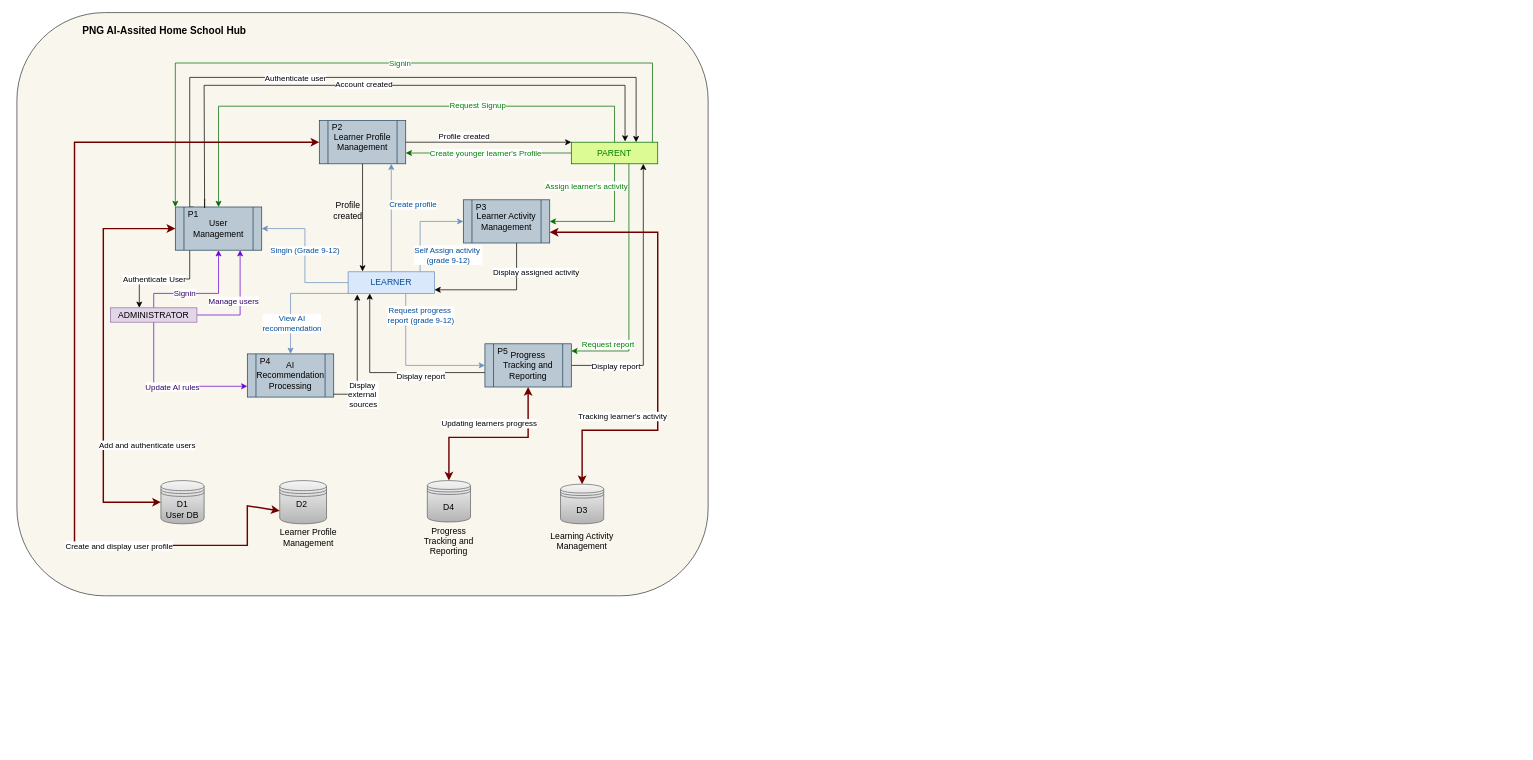
This is page "Data Flow Diagram Level 1" (4 of 6) of Use Case Diagram.drawio from Nash230/IS406-Final-Year-Major-Project, a draw.io file, before an edit. Source tidied: cells renumbered, new cells numbered last; positions are measured from the earlier drawing's top-left corner, leaving out a move shared by most shapes. Both pictures are drawn from the tidied source at 72%, with x=0, y=0 at pixel (17, 12).
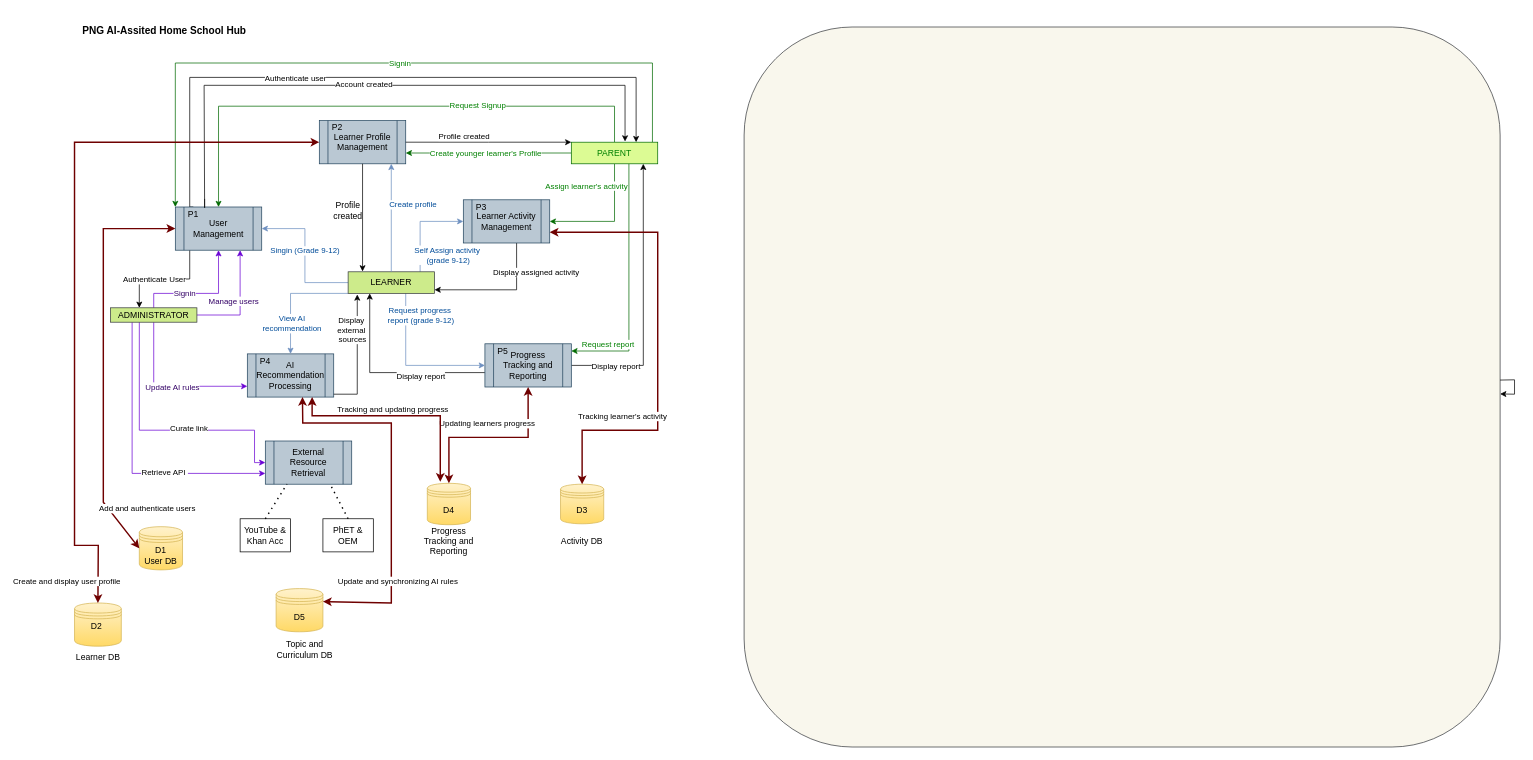
The same page after the edit.

The change refers to these unchanged cells:
```xml
<mxCell id="11" value="AI Recommendation Processing" style="shape=process;whiteSpace=wrap;html=1;backgroundOutline=1;fillColor=#bac8d3;strokeColor=#23445d;" parent="1" vertex="1">
  <mxGeometry x="320" y="474" width="120" height="60" as="geometry" />
</mxCell>
<mxCell id="17" value="Learner Profile Management" style="shape=process;whiteSpace=wrap;html=1;backgroundOutline=1;fillColor=#bac8d3;strokeColor=#23445d;" parent="1" vertex="1">
  <mxGeometry x="420" y="150" width="120" height="60" as="geometry" />
</mxCell>
<mxCell id="65" style="edgeStyle=orthogonalEdgeStyle;rounded=0;jettySize=auto;html=1;entryX=0.106;entryY=1.05;entryDx=0;entryDy=0;entryPerimeter=0;" parent="1" edge="1" source="11" target="49">
  <mxGeometry relative="1" as="geometry">
    <Array as="points">
      <mxPoint x="473" y="530" />
    </Array>
  </mxGeometry>
</mxCell>
<mxCell id="67" style="endArrow=classic;startArrow=classic;html=1;rounded=0;entryX=0;entryY=0.5;entryDx=0;entryDy=0;exitX=0;exitY=0.5;exitDx=0;exitDy=0;strokeWidth=2;fillColor=#a20025;strokeColor=#6F0000;" parent="1" edge="1" source="53" target="7">
  <mxGeometry relative="1" as="geometry">
    <Array as="points">
      <mxPoint x="120" y="680" />
      <mxPoint x="120" y="650" />
      <mxPoint x="120" y="300" />
    </Array>
  </mxGeometry>
</mxCell>
```

The edit, as a diff of the source:
```diff
@@
     <mxCell id="2" style="rounded=1;whiteSpace=wrap;html=1;fillColor=#f9f7ed;strokeColor=#36393d;" parent="1" vertex="1">
-      <mxGeometry width="960" height="810" as="geometry" />
+      <mxGeometry x="1010" y="20" width="1050" height="1000" as="geometry" />
     </mxCell>
@@
+    <mxCell id="76" style="rounded=0;orthogonalLoop=1;jettySize=auto;html=1;" parent="1" edge="1" source="2" target="2">
+      <mxGeometry relative="1" as="geometry" />
+    </mxCell>
+    <mxCell id="77" style="edgeStyle=orthogonalEdgeStyle;rounded=0;jettySize=auto;html=1;entryX=0;entryY=0.5;entryDx=0;entryDy=0;strokeColor=#6A00D4;" parent="1" edge="1" source="29" target="81">
+      <mxGeometry relative="1" as="geometry">
+        <Array as="points">
+          <mxPoint x="170" y="580" />
+          <mxPoint x="330" y="580" />
+          <mxPoint x="330" y="625" />
+        </Array>
+      </mxGeometry>
+    </mxCell>
+    <mxCell id="78" value="Curate link" style="edgeLabel;html=1;align=center;verticalAlign=middle;" parent="77" vertex="1">
+      <mxGeometry x="0.18" y="4" relative="1" as="geometry" />
+    </mxCell>
+    <mxCell id="79" style="rounded=0;jettySize=auto;html=1;entryX=0;entryY=0.75;entryDx=0;entryDy=0;exitX=0.25;exitY=1;exitDx=0;exitDy=0;strokeColor=#6A00D4;" parent="1" edge="1" source="29" target="81">
+      <mxGeometry relative="1" as="geometry">
+        <Array as="points">
+          <mxPoint x="160" y="640" />
+          <mxPoint x="190" y="640" />
+        </Array>
+      </mxGeometry>
+    </mxCell>
+    <mxCell id="80" value="Retrieve API&amp;nbsp;" style="edgeLabel;html=1;align=center;verticalAlign=middle;" parent="79" vertex="1">
+      <mxGeometry x="0.29" y="2" relative="1" as="geometry">
+        <mxPoint x="-1" as="offset" />
+      </mxGeometry>
+    </mxCell>
-    <mxCell id="29" value="ADMINISTRATOR" style="rounded=0;whiteSpace=wrap;html=1;fillColor=#e1d5e7;strokeColor=#9673a6;" parent="1" vertex="1">
+    <mxCell id="29" value="ADMINISTRATOR" style="rounded=0;whiteSpace=wrap;html=1;fillColor=#cdeb8b;strokeColor=#36393d;" parent="1" vertex="1">
       <mxGeometry x="130" y="410" width="120" height="20" as="geometry" />
     </mxCell>
@@
-    <mxCell id="49" value="LEARNER" style="rounded=0;whiteSpace=wrap;html=1;fillColor=#dae8fc;strokeColor=#6c8ebf;fontColor=#004C99;" parent="1" vertex="1">
+    <mxCell id="49" value="LEARNER" style="rounded=0;whiteSpace=wrap;html=1;fillColor=#cdeb8b;strokeColor=#36393d;" parent="1" vertex="1">
       <mxGeometry x="460" y="360" width="120" height="30" as="geometry" />
     </mxCell>
-    <mxCell id="50" value="&lt;div&gt;D2&amp;nbsp;&lt;/div&gt;&lt;div&gt;&lt;br&gt;&lt;/div&gt;" style="shape=datastore;whiteSpace=wrap;html=1;fillColor=#f5f5f5;strokeColor=#666666;gradientColor=#b3b3b3;" parent="1" vertex="1">
-      <mxGeometry x="365" y="650" width="65" height="60" as="geometry" />
+    <mxCell id="50" value="&lt;div&gt;D2&amp;nbsp;&lt;/div&gt;&lt;div&gt;&lt;br&gt;&lt;/div&gt;" style="shape=datastore;whiteSpace=wrap;html=1;fillColor=#fff2cc;strokeColor=#d6b656;gradientColor=#ffd966;" parent="1" vertex="1">
+      <mxGeometry x="80" y="820" width="65" height="60" as="geometry" />
     </mxCell>
-    <mxCell id="51" value="D3" style="shape=datastore;whiteSpace=wrap;html=1;fillColor=#f5f5f5;strokeColor=#666666;gradientColor=#b3b3b3;" parent="1" vertex="1">
+    <mxCell id="51" value="D3" style="shape=datastore;whiteSpace=wrap;html=1;fillColor=#fff2cc;strokeColor=#d6b656;gradientColor=#ffd966;" parent="1" vertex="1">
       <mxGeometry x="755" y="655" width="60" height="55" as="geometry" />
     </mxCell>
-    <mxCell id="52" value="D4" style="shape=datastore;whiteSpace=wrap;html=1;fillColor=#f5f5f5;strokeColor=#666666;gradientColor=#b3b3b3;" parent="1" vertex="1">
-      <mxGeometry x="570" y="650" width="60" height="57.5" as="geometry" />
+    <mxCell id="52" value="D4" style="shape=datastore;whiteSpace=wrap;html=1;fillColor=#fff2cc;strokeColor=#d6b656;gradientColor=#ffd966;" parent="1" vertex="1">
+      <mxGeometry x="570" y="653.8" width="60" height="57.5" as="geometry" />
     </mxCell>
-    <mxCell id="53" value="&lt;div&gt;D1&lt;/div&gt;&lt;div&gt;User DB&lt;/div&gt;" style="shape=datastore;whiteSpace=wrap;html=1;fillColor=#f5f5f5;strokeColor=#666666;gradientColor=#b3b3b3;" parent="1" vertex="1">
-      <mxGeometry x="200" y="650" width="60" height="60" as="geometry" />
+    <mxCell id="53" value="&lt;div&gt;D1&lt;/div&gt;&lt;div&gt;User DB&lt;/div&gt;" style="shape=datastore;whiteSpace=wrap;html=1;fillColor=#fff2cc;strokeColor=#d6b656;gradientColor=#ffd966;" parent="1" vertex="1">
+      <mxGeometry x="170" y="714" width="60" height="60" as="geometry" />
     </mxCell>
-    <mxCell id="54" value="Learner Profile Management" style="text;html=1;whiteSpace=wrap;strokeColor=none;fillColor=none;align=center;verticalAlign=middle;rounded=0;" parent="1" vertex="1">
-      <mxGeometry x="360" y="714" width="90" height="30" as="geometry" />
+    <mxCell id="54" value="Learner DB" style="text;html=1;whiteSpace=wrap;strokeColor=none;fillColor=none;align=center;verticalAlign=middle;rounded=0;" parent="1" vertex="1">
+      <mxGeometry x="67.5" y="880" width="90" height="30" as="geometry" />
     </mxCell>
-    <mxCell id="55" value="Learning Activity Management" style="text;html=1;whiteSpace=wrap;strokeColor=none;fillColor=none;align=center;verticalAlign=middle;rounded=0;" parent="1" vertex="1">
+    <mxCell id="55" value="Activity DB" style="text;html=1;whiteSpace=wrap;strokeColor=none;fillColor=none;align=center;verticalAlign=middle;rounded=0;" parent="1" vertex="1">
       <mxGeometry x="740" y="714" width="90" height="40" as="geometry" />
     </mxCell>
@@
     <mxCell id="66" value="&lt;div&gt;Display&amp;nbsp;&lt;/div&gt;&lt;div&gt;external&amp;nbsp;&lt;/div&gt;&lt;div&gt;sources&lt;/div&gt;" style="edgeLabel;html=1;align=center;verticalAlign=middle;" parent="65" vertex="1">
       <mxGeometry x="-0.79" relative="1" as="geometry">
-        <mxPoint x="22" as="offset" />
+        <mxPoint x="7" y="-90" as="offset" />
       </mxGeometry>
     </mxCell>
@@
     <mxCell id="68" value="Add and authenticate users" style="edgeLabel;html=1;align=center;verticalAlign=middle;" parent="67" vertex="1">
       <mxGeometry x="-0.36" y="-1" relative="1" as="geometry">
-        <mxPoint x="59" y="19" as="offset" />
+        <mxPoint x="59" y="107" as="offset" />
       </mxGeometry>
     </mxCell>
-    <mxCell id="69" style="endArrow=classic;startArrow=classic;html=1;rounded=0;entryX=0;entryY=0.5;entryDx=0;entryDy=0;exitX=0;exitY=0.7;exitDx=0;exitDy=0;fillColor=#a20025;strokeWidth=2;strokeColor=#6F0000;" parent="1" edge="1" source="50" target="17">
+    <mxCell id="69" style="endArrow=classic;startArrow=classic;html=1;rounded=0;entryX=0;entryY=0.5;entryDx=0;entryDy=0;exitX=0.5;exitY=0;exitDx=0;exitDy=0;fillColor=#a20025;strokeWidth=2;strokeColor=#6F0000;" parent="1" edge="1" source="50" target="17">
       <mxGeometry relative="1" as="geometry">
         <Array as="points">
-          <mxPoint x="320" y="685" />
-          <mxPoint x="320" y="740" />
+          <mxPoint x="113" y="740" />
           <mxPoint x="80" y="740" />
           <mxPoint x="80" y="500" />
           <mxPoint x="80" y="180" />
         </Array>
       </mxGeometry>
     </mxCell>
     <mxCell id="70" value="Create and display user profile" style="edgeLabel;html=1;align=center;verticalAlign=middle;" parent="69" vertex="1">
-      <mxGeometry x="-0.55" relative="1" as="geometry" />
+      <mxGeometry x="-0.55" relative="1" as="geometry">
+        <mxPoint x="-12" y="164" as="offset" />
+      </mxGeometry>
     </mxCell>
@@
+    <mxCell id="81" value="External Resource Retrieval" style="shape=process;whiteSpace=wrap;html=1;backgroundOutline=1;fillColor=#bac8d3;strokeColor=#23445d;" parent="1" vertex="1">
+      <mxGeometry x="345" y="595" width="120" height="60" as="geometry" />
+    </mxCell>
+    <mxCell id="82" value="D5" style="shape=datastore;whiteSpace=wrap;html=1;fillColor=#fff2cc;strokeColor=#d6b656;gradientColor=#ffd966;" parent="1" vertex="1">
+      <mxGeometry x="360" y="800" width="65" height="60" as="geometry" />
+    </mxCell>
+    <mxCell id="83" value="Topic and Curriculum DB" style="text;html=1;whiteSpace=wrap;strokeColor=none;fillColor=none;align=center;verticalAlign=middle;rounded=0;" parent="1" vertex="1">
+      <mxGeometry x="350" y="870" width="100" height="30" as="geometry" />
+    </mxCell>
+    <mxCell id="84" style="endArrow=classic;startArrow=classic;html=1;rounded=0;entryX=0.638;entryY=0.999;entryDx=0;entryDy=0;exitX=1;exitY=0.3;exitDx=0;exitDy=0;strokeWidth=2;fillColor=#a20025;strokeColor=#6F0000;entryPerimeter=0;" parent="1" edge="1" source="82" target="11">
+      <mxGeometry relative="1" as="geometry">
+        <Array as="points">
+          <mxPoint x="520" y="820" />
+          <mxPoint x="520" y="570" />
+          <mxPoint x="397" y="570" />
+        </Array>
+      </mxGeometry>
+    </mxCell>
+    <mxCell id="85" value="Update and synchronizing AI rules" style="edgeLabel;html=1;align=center;verticalAlign=middle;" parent="84" vertex="1">
+      <mxGeometry x="-0.12" y="1" relative="1" as="geometry">
+        <mxPoint x="9" y="96" as="offset" />
+      </mxGeometry>
+    </mxCell>
+    <mxCell id="86" value="YouTube &amp;amp; Khan Acc" style="rounded=0;whiteSpace=wrap;html=1;" parent="1" vertex="1">
+      <mxGeometry x="310" y="703" width="70" height="46" as="geometry" />
+    </mxCell>
+    <mxCell id="87" value="PhET &amp;amp; OEM" style="rounded=0;whiteSpace=wrap;html=1;" parent="1" vertex="1">
+      <mxGeometry x="425" y="703" width="70" height="46" as="geometry" />
+    </mxCell>
+    <mxCell id="88" style="endArrow=none;dashed=1;html=1;dashPattern=1 3;strokeWidth=2;rounded=0;entryX=0.25;entryY=1;entryDx=0;entryDy=0;exitX=0.5;exitY=0;exitDx=0;exitDy=0;" parent="1" edge="1" source="86" target="81">
+      <mxGeometry relative="1" as="geometry" />
+    </mxCell>
+    <mxCell id="89" style="endArrow=none;dashed=1;html=1;dashPattern=1 3;strokeWidth=2;rounded=0;entryX=0.75;entryY=1;entryDx=0;entryDy=0;exitX=0.5;exitY=0;exitDx=0;exitDy=0;" parent="1" edge="1" source="87" target="81">
+      <mxGeometry relative="1" as="geometry" />
+    </mxCell>
+    <mxCell id="90" style="endArrow=classic;startArrow=classic;html=1;rounded=0;entryX=0.75;entryY=1;entryDx=0;entryDy=0;strokeWidth=2;fillColor=#a20025;strokeColor=#6F0000;exitX=0.3;exitY=-0.037;exitDx=0;exitDy=0;exitPerimeter=0;" parent="1" edge="1" source="52" target="11">
+      <mxGeometry relative="1" as="geometry">
+        <Array as="points">
+          <mxPoint x="588" y="560" />
+          <mxPoint x="410" y="560" />
+        </Array>
+      </mxGeometry>
+    </mxCell>
+    <mxCell id="91" value="Tracking and updating progress" style="edgeLabel;html=1;align=center;verticalAlign=middle;" parent="90" vertex="1">
+      <mxGeometry x="0.08" y="-2" relative="1" as="geometry">
+        <mxPoint x="2" y="-8" as="offset" />
+      </mxGeometry>
+    </mxCell>
```
